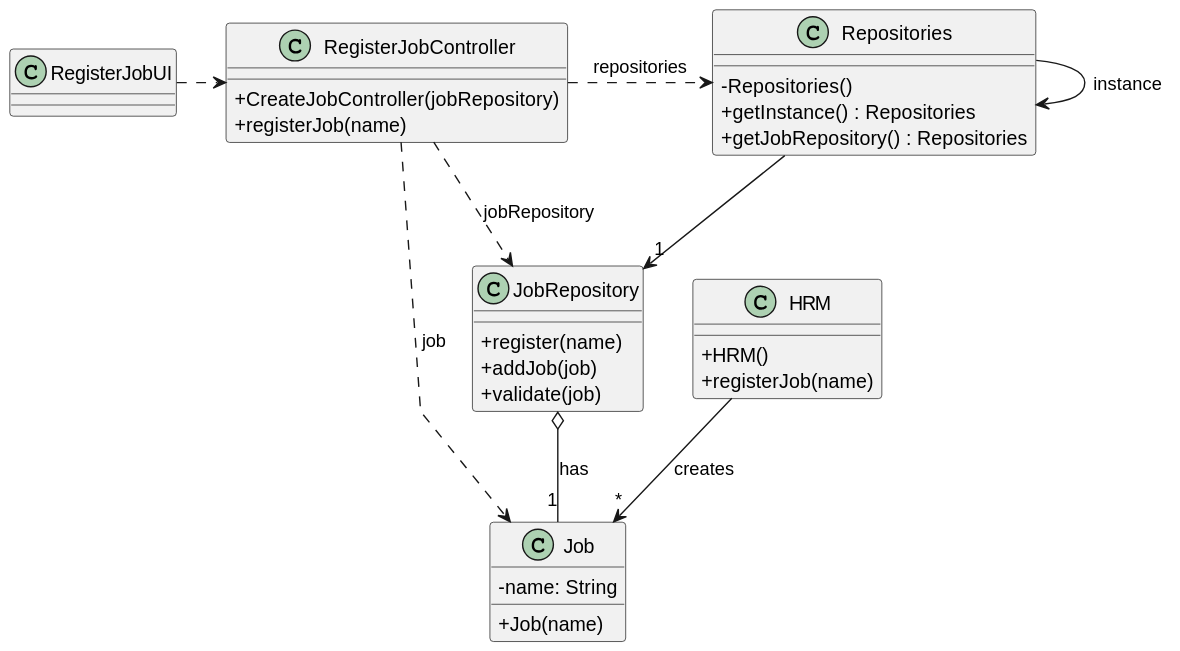
Earlier version of the PlantUML export docs/sprintB/us002/03.design/svg/us002-class-diagram.svg (diogoveirospro/lei-24-s2-1dg-g072).
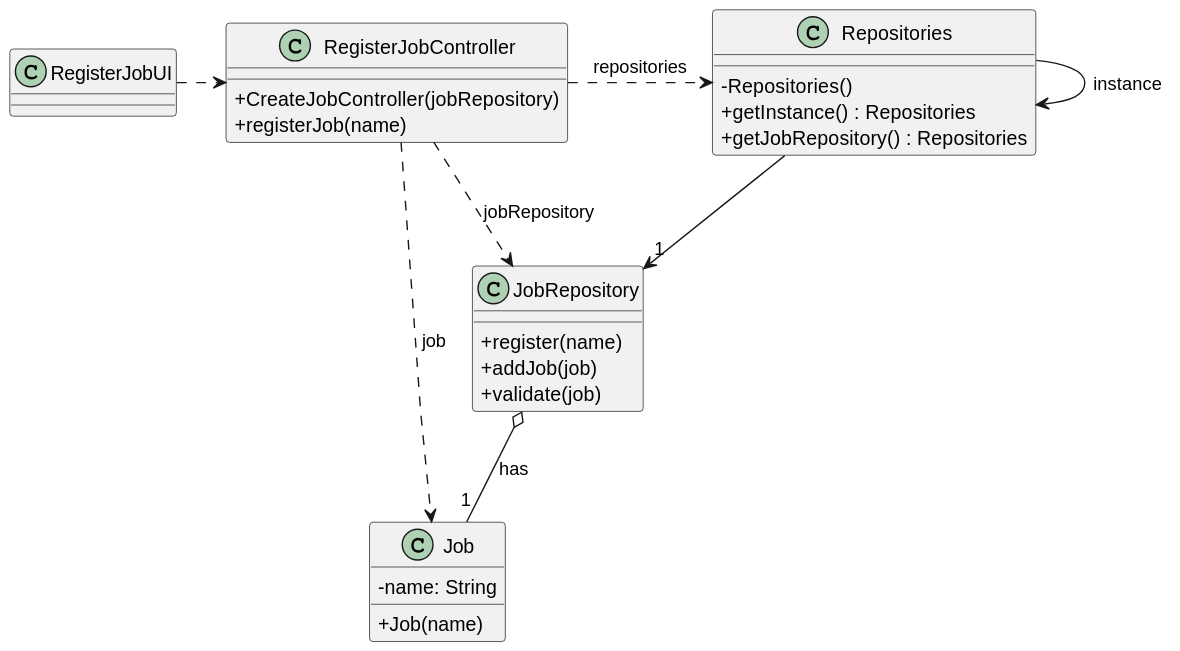
The same diagram one commit later.

Commit message:
Corrected an error in the US2 and US5 class diagrams

The edit, as a diff of the source:
```diff
@@ -10,12 +10,6 @@
     - name: String
 
     + Job(name)
-}
-
-class HRM {
-    + HRM()
-    + registerJob(name)
-
 }
 
 class RegisterJobUI {
@@ -40,7 +34,6 @@
 }
 
 
-HRM  --> "*" Job : creates
 RegisterJobUI .> RegisterJobController
 RegisterJobController .> Repositories : repositories
 Repositories --> Repositories : instance
```
